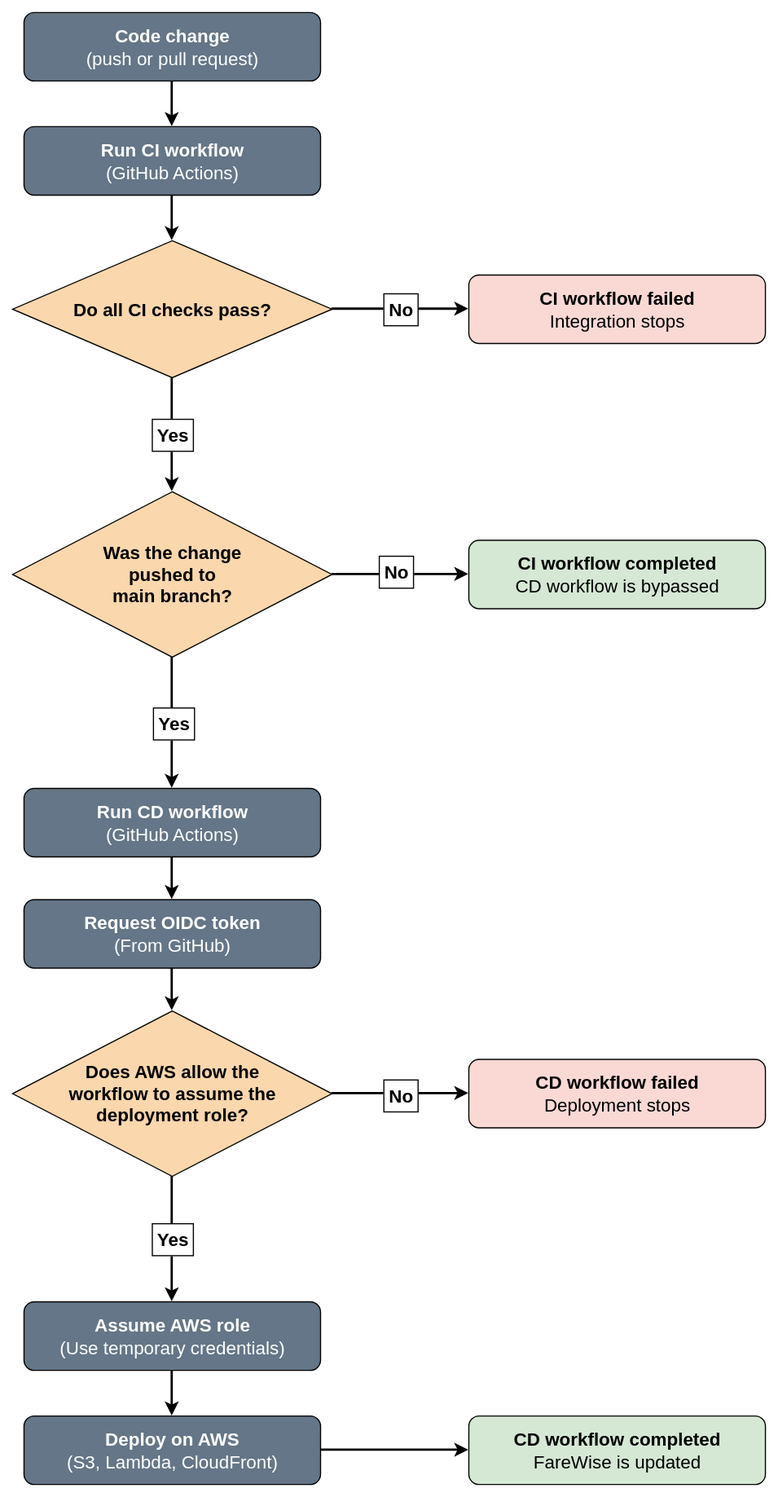
Earlier version of the draw.io export figures/farewise_cicd.svg (wahreus/farewise). Source tidied: cells renumbered, new cells last; positions are measured from the earlier drawing's top-left corner, leaving out a move shared by most shapes.
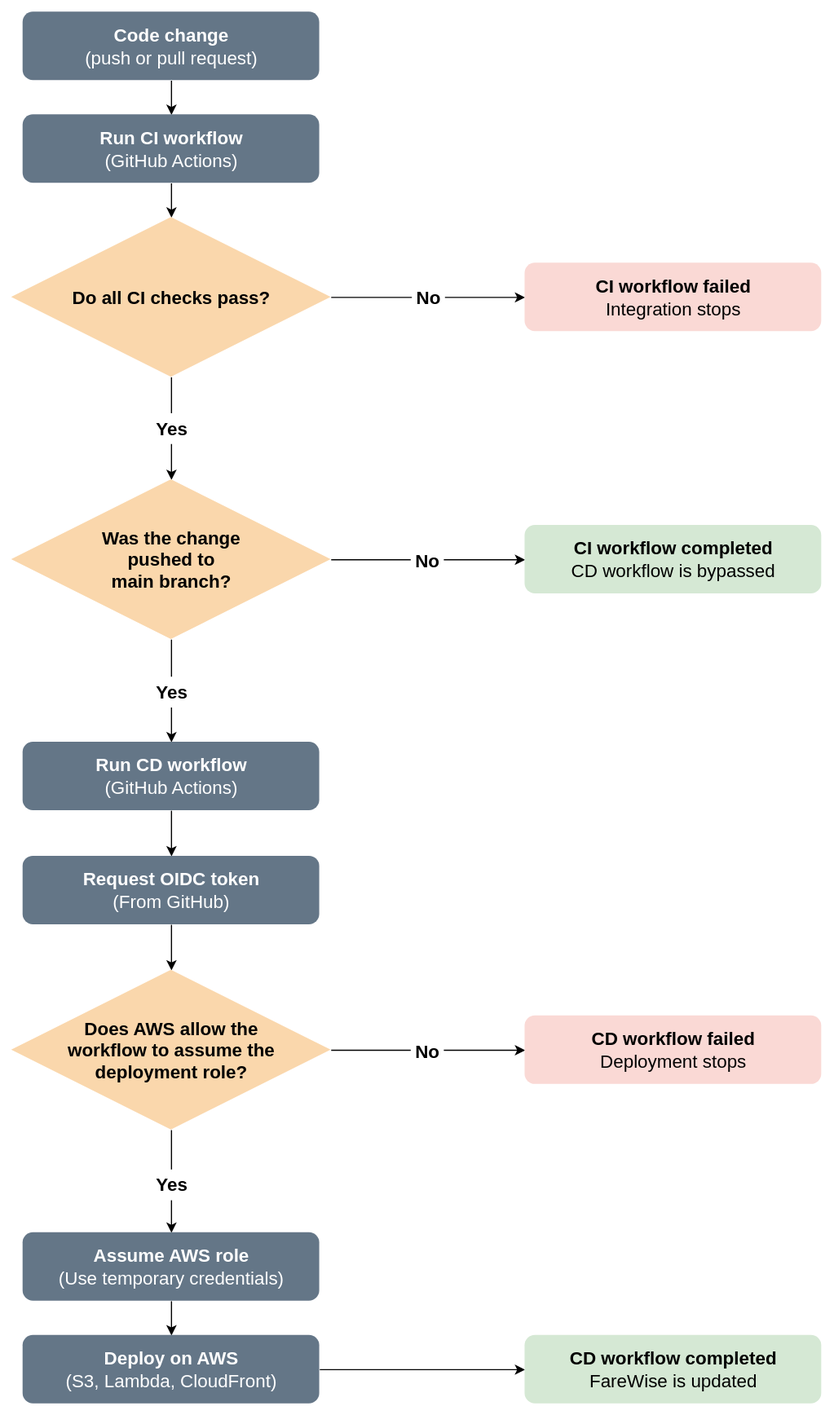
After the commit.

The edit, as a diff of the source:
```diff
@@ -2,98 +2,100 @@
   <root>
     <mxCell id="0" />
     <mxCell id="1" parent="0" />
-    <mxCell id="2" style="edgeStyle=orthogonalEdgeStyle;rounded=0;jettySize=auto;html=1;exitX=0.5;exitY=1;exitDx=0;exitDy=0;entryX=0.5;entryY=0;entryDx=0;entryDy=0;strokeWidth=2;fontSize=16;" parent="1" edge="1" source="3" target="5">
+    <mxCell id="2" style="edgeStyle=orthogonalEdgeStyle;rounded=0;jettySize=auto;html=1;exitX=0.5;exitY=1;exitDx=0;exitDy=0;entryX=0.5;entryY=0;entryDx=0;entryDy=0;strokeWidth=1;fontSize=16;" parent="1" edge="1" source="3" target="5">
       <mxGeometry relative="1" as="geometry" />
     </mxCell>
-    <mxCell id="3" value="&lt;b&gt;Code change&lt;/b&gt;&lt;br&gt;(push or pull request)" style="rounded=1;whiteSpace=wrap;html=1;strokeWidth=1;fontSize=16;align=center;verticalAlign=middle;fillColor=#647687;strokeColor=#000000;fontColor=#ffffff;" parent="1" vertex="1">
-      <mxGeometry x="10" width="260" height="60" as="geometry" />
+    <mxCell id="3" value="&lt;b&gt;Code change&lt;/b&gt;&lt;br&gt;(push or pull request)" style="rounded=1;whiteSpace=wrap;html=1;strokeWidth=1;fontSize=16;align=center;verticalAlign=middle;fillColor=#647687;strokeColor=none;fontColor=#ffffff;" parent="1" vertex="1">
+      <mxGeometry x="10" y="20" width="260" height="60" as="geometry" />
     </mxCell>
-    <mxCell id="4" style="edgeStyle=orthogonalEdgeStyle;rounded=0;jettySize=auto;html=1;exitX=0.5;exitY=1;exitDx=0;exitDy=0;entryX=0.5;entryY=0;entryDx=0;entryDy=0;strokeWidth=2;fontSize=16;" parent="1" edge="1" source="5" target="8">
+    <mxCell id="4" style="edgeStyle=orthogonalEdgeStyle;rounded=0;jettySize=auto;html=1;exitX=0.5;exitY=1;exitDx=0;exitDy=0;entryX=0.5;entryY=0;entryDx=0;entryDy=0;strokeWidth=1;fontSize=16;" parent="1" edge="1" source="5" target="8">
       <mxGeometry relative="1" as="geometry" />
     </mxCell>
-    <mxCell id="5" value="&lt;b&gt;Run CI workflow&lt;/b&gt;&lt;br&gt;(GitHub Actions)" style="rounded=1;whiteSpace=wrap;html=1;fillColor=#647687;strokeColor=#000000;strokeWidth=1;fontSize=16;align=center;verticalAlign=middle;fontColor=#ffffff;" parent="1" vertex="1">
-      <mxGeometry x="10" y="100" width="260" height="60" as="geometry" />
+    <mxCell id="5" value="&lt;b&gt;Run CI workflow&lt;/b&gt;&lt;br&gt;(GitHub Actions)" style="rounded=1;whiteSpace=wrap;html=1;fillColor=#647687;strokeColor=none;strokeWidth=1;fontSize=16;align=center;verticalAlign=middle;fontColor=#ffffff;" parent="1" vertex="1">
+      <mxGeometry x="10" y="110" width="260" height="60" as="geometry" />
     </mxCell>
-    <mxCell id="6" value="&lt;b&gt;&lt;font&gt;No&lt;/font&gt;&lt;/b&gt;" style="edgeStyle=orthogonalEdgeStyle;rounded=0;jettySize=auto;html=1;exitX=1;exitY=0.5;exitDx=0;exitDy=0;entryX=0;entryY=0.5;entryDx=0;entryDy=0;labelWidth=1;labelBorderColor=default;labelPadding=4;strokeWidth=2;fontSize=16;" parent="1" edge="1" source="8" target="9">
-      <mxGeometry relative="1" as="geometry" />
+    <mxCell id="6" value="&lt;b&gt;&lt;font&gt;No&lt;/font&gt;&lt;/b&gt;" style="edgeStyle=orthogonalEdgeStyle;rounded=0;jettySize=auto;html=1;exitX=1;exitY=0.5;exitDx=0;exitDy=0;entryX=0;entryY=0.5;entryDx=0;entryDy=0;labelWidth=1;labelBorderColor=none;labelPadding=4;strokeWidth=1;fontSize=16;" parent="1" edge="1" source="8" target="9">
+      <mxGeometry x="0.01" relative="1" as="geometry" />
     </mxCell>
-    <mxCell id="7" value="&lt;b&gt;&lt;font&gt;Yes&lt;/font&gt;&lt;/b&gt;" style="edgeStyle=orthogonalEdgeStyle;rounded=0;jettySize=auto;html=1;exitX=0.5;exitY=1;exitDx=0;exitDy=0;entryX=0.5;entryY=0;entryDx=0;entryDy=0;labelWidth=1;labelPadding=4;labelBorderColor=default;strokeWidth=2;fontSize=16;" parent="1" edge="1" source="8" target="14">
+    <mxCell id="7" value="&lt;b&gt;&lt;font&gt;Yes&lt;/font&gt;&lt;/b&gt;" style="edgeStyle=orthogonalEdgeStyle;rounded=0;jettySize=auto;html=1;exitX=0.5;exitY=1;exitDx=0;exitDy=0;entryX=0.5;entryY=0;entryDx=0;entryDy=0;labelWidth=1;labelPadding=4;labelBorderColor=none;strokeWidth=1;fontSize=16;" parent="1" edge="1" source="8" target="14">
       <mxGeometry relative="1" as="geometry" />
     </mxCell>
-    <mxCell id="8" value="&lt;b&gt;Do all CI checks pass?&lt;/b&gt;" style="shape=rhombus;perimeter=rhombusPerimeter;whiteSpace=wrap;html=1;fillColor=#fad7ac;strokeColor=#000000;strokeWidth=1;fontSize=16;align=center;verticalAlign=middle;" parent="1" vertex="1">
-      <mxGeometry y="200" width="280" height="120" as="geometry" />
+    <mxCell id="8" value="&lt;b&gt;Do all CI checks pass?&lt;/b&gt;" style="shape=rhombus;perimeter=rhombusPerimeter;whiteSpace=wrap;html=1;fillColor=#fad7ac;strokeColor=none;strokeWidth=1;fontSize=16;align=center;verticalAlign=middle;" parent="1" vertex="1">
+      <mxGeometry y="200" width="280" height="140" as="geometry" />
     </mxCell>
-    <mxCell id="9" value="&lt;b&gt;CI workflow failed&lt;/b&gt;&lt;br&gt;Integration stops" style="rounded=1;whiteSpace=wrap;html=1;fillColor=#fad9d5;strokeColor=#000000;strokeWidth=1;fontSize=16;align=center;verticalAlign=middle;" parent="1" vertex="1">
-      <mxGeometry x="400" y="230" width="260" height="60" as="geometry" />
+    <mxCell id="9" value="&lt;b&gt;CI workflow failed&lt;/b&gt;&lt;br&gt;Integration stops" style="rounded=1;whiteSpace=wrap;html=1;fillColor=#fad9d5;strokeColor=none;strokeWidth=1;fontSize=16;align=center;verticalAlign=middle;" parent="1" vertex="1">
+      <mxGeometry x="450" y="240" width="260" height="60" as="geometry" />
     </mxCell>
-    <mxCell id="10" style="edgeStyle=orthogonalEdgeStyle;rounded=0;jettySize=auto;html=1;exitX=0.5;exitY=1;exitDx=0;exitDy=0;entryX=0.5;entryY=0;entryDx=0;entryDy=0;strokeWidth=2;fontSize=16;" parent="1" edge="1" source="14" target="16">
+    <mxCell id="10" style="edgeStyle=orthogonalEdgeStyle;rounded=0;jettySize=auto;html=1;exitX=0.5;exitY=1;exitDx=0;exitDy=0;entryX=0.5;entryY=0;entryDx=0;entryDy=0;strokeWidth=1;fontSize=16;" parent="1" edge="1" source="14" target="16">
       <mxGeometry relative="1" as="geometry" />
     </mxCell>
-    <mxCell id="11" value="&lt;font&gt;&lt;b&gt;Yes&lt;/b&gt;&lt;/font&gt;" style="edgeLabel;html=1;align=center;verticalAlign=middle;labelBorderColor=default;labelWidth=1;labelPadding=4;fontSize=16;" parent="10" vertex="1">
-      <mxGeometry x="-0.01" y="1" relative="1" as="geometry" />
+    <mxCell id="11" value="&lt;font&gt;&lt;b&gt;Yes&lt;/b&gt;&lt;/font&gt;" style="edgeLabel;html=1;align=center;verticalAlign=middle;labelBorderColor=none;labelWidth=1;labelPadding=4;fontSize=16;" parent="10" vertex="1">
+      <mxGeometry x="-0.01" y="1" relative="1" as="geometry">
+        <mxPoint x="-1" as="offset" />
+      </mxGeometry>
     </mxCell>
-    <mxCell id="12" style="edgeStyle=orthogonalEdgeStyle;rounded=0;jettySize=auto;html=1;exitX=1;exitY=0.5;exitDx=0;exitDy=0;entryX=0;entryY=0.5;entryDx=0;entryDy=0;strokeWidth=2;fontSize=16;" parent="1" edge="1" source="14" target="17">
+    <mxCell id="12" style="edgeStyle=orthogonalEdgeStyle;rounded=0;jettySize=auto;html=1;exitX=1;exitY=0.5;exitDx=0;exitDy=0;entryX=0;entryY=0.5;entryDx=0;entryDy=0;strokeWidth=1;fontSize=16;" parent="1" edge="1" source="14" target="17">
       <mxGeometry relative="1" as="geometry" />
     </mxCell>
-    <mxCell id="13" value="&lt;font&gt;&lt;b&gt;No&lt;/b&gt;&lt;/font&gt;" style="edgeLabel;html=1;align=center;verticalAlign=middle;labelBorderColor=default;labelWidth=1;labelPadding=4;fontSize=16;" parent="12" vertex="1">
+    <mxCell id="13" value="&lt;font&gt;&lt;b&gt;No&lt;/b&gt;&lt;/font&gt;" style="edgeLabel;html=1;align=center;verticalAlign=middle;labelBorderColor=none;labelWidth=1;labelPadding=4;fontSize=16;" parent="12" vertex="1">
       <mxGeometry x="-0.03" y="2" relative="1" as="geometry">
-        <mxPoint y="-2" as="offset" />
+        <mxPoint x="2" y="2" as="offset" />
       </mxGeometry>
     </mxCell>
-    <mxCell id="14" value="&lt;b&gt;Was the change&lt;/b&gt;&lt;div&gt;&lt;b&gt;pushed&amp;nbsp;&lt;/b&gt;&lt;b style=&quot;background-color: transparent; color: light-dark(rgb(0, 0, 0), rgb(255, 255, 255));&quot;&gt;to&lt;/b&gt;&lt;/div&gt;&lt;div&gt;&lt;b style=&quot;background-color: transparent; color: light-dark(rgb(0, 0, 0), rgb(255, 255, 255));&quot;&gt;main branch?&lt;/b&gt;&lt;/div&gt;" style="shape=rhombus;perimeter=rhombusPerimeter;whiteSpace=wrap;html=1;fillColor=#fad7ac;strokeColor=#000000;strokeWidth=1;fontSize=16;align=center;verticalAlign=middle;" parent="1" vertex="1">
-      <mxGeometry y="420" width="280" height="145" as="geometry" />
+    <mxCell id="14" value="&lt;b&gt;Was the change&lt;/b&gt;&lt;div&gt;&lt;b&gt;pushed&amp;nbsp;&lt;/b&gt;&lt;b style=&quot;background-color: transparent; color: light-dark(rgb(0, 0, 0), rgb(255, 255, 255));&quot;&gt;to&lt;/b&gt;&lt;/div&gt;&lt;div&gt;&lt;b style=&quot;background-color: transparent; color: light-dark(rgb(0, 0, 0), rgb(255, 255, 255));&quot;&gt;main branch?&lt;/b&gt;&lt;/div&gt;" style="shape=rhombus;perimeter=rhombusPerimeter;whiteSpace=wrap;html=1;fillColor=#fad7ac;strokeColor=none;strokeWidth=1;fontSize=16;align=center;verticalAlign=middle;" parent="1" vertex="1">
+      <mxGeometry y="430" width="280" height="140" as="geometry" />
     </mxCell>
-    <mxCell id="15" style="edgeStyle=orthogonalEdgeStyle;rounded=0;jettySize=auto;html=1;exitX=0.5;exitY=1;exitDx=0;exitDy=0;entryX=0.5;entryY=0;entryDx=0;entryDy=0;strokeWidth=2;fontSize=16;" parent="1" edge="1" source="16" target="19">
+    <mxCell id="15" style="edgeStyle=orthogonalEdgeStyle;rounded=0;jettySize=auto;html=1;exitX=0.5;exitY=1;exitDx=0;exitDy=0;entryX=0.5;entryY=0;entryDx=0;entryDy=0;strokeWidth=1;fontSize=16;" parent="1" edge="1" source="16" target="19">
       <mxGeometry relative="1" as="geometry" />
     </mxCell>
-    <mxCell id="16" value="&lt;b&gt;Run CD workflow&lt;/b&gt;&lt;br&gt;(GitHub Actions)" style="rounded=1;whiteSpace=wrap;html=1;fillColor=#647687;strokeColor=#000000;strokeWidth=1;fontSize=16;align=center;verticalAlign=middle;fontColor=#ffffff;" parent="1" vertex="1">
-      <mxGeometry x="10" y="680" width="260" height="60" as="geometry" />
+    <mxCell id="16" value="&lt;b&gt;Run CD workflow&lt;/b&gt;&lt;br&gt;(GitHub Actions)" style="rounded=1;whiteSpace=wrap;html=1;fillColor=#647687;strokeColor=none;strokeWidth=1;fontSize=16;align=center;verticalAlign=middle;fontColor=#ffffff;" parent="1" vertex="1">
+      <mxGeometry x="10" y="660" width="260" height="60" as="geometry" />
     </mxCell>
-    <mxCell id="17" value="&lt;b&gt;CI workflow completed&lt;/b&gt;&lt;br&gt;CD workflow is bypassed" style="rounded=1;whiteSpace=wrap;html=1;strokeWidth=1;fontSize=16;align=center;verticalAlign=middle;fillColor=#d5e8d4;strokeColor=#000000;" parent="1" vertex="1">
-      <mxGeometry x="400" y="462.5" width="260" height="60" as="geometry" />
+    <mxCell id="17" value="&lt;b&gt;CI workflow completed&lt;/b&gt;&lt;br&gt;CD workflow is bypassed" style="rounded=1;whiteSpace=wrap;html=1;strokeWidth=1;fontSize=16;align=center;verticalAlign=middle;fillColor=#d5e8d4;strokeColor=none;" parent="1" vertex="1">
+      <mxGeometry x="450" y="470" width="260" height="60" as="geometry" />
     </mxCell>
-    <mxCell id="18" style="edgeStyle=orthogonalEdgeStyle;rounded=0;jettySize=auto;html=1;exitX=0.5;exitY=1;exitDx=0;exitDy=0;entryX=0.5;entryY=0;entryDx=0;entryDy=0;strokeWidth=2;fontSize=16;" parent="1" edge="1" source="19" target="24">
+    <mxCell id="18" style="edgeStyle=orthogonalEdgeStyle;rounded=0;jettySize=auto;html=1;exitX=0.5;exitY=1;exitDx=0;exitDy=0;entryX=0.5;entryY=0;entryDx=0;entryDy=0;strokeWidth=1;fontSize=16;" parent="1" edge="1" source="19" target="24">
       <mxGeometry relative="1" as="geometry" />
     </mxCell>
-    <mxCell id="19" value="&lt;b&gt;Request OIDC token&lt;/b&gt;&lt;br&gt;(From GitHub)" style="rounded=1;whiteSpace=wrap;html=1;fillColor=#647687;strokeColor=#000000;strokeWidth=1;fontSize=16;align=center;verticalAlign=middle;fontColor=#ffffff;" parent="1" vertex="1">
-      <mxGeometry x="10" y="777.5" width="260" height="60" as="geometry" />
+    <mxCell id="19" value="&lt;b&gt;Request OIDC token&lt;/b&gt;&lt;br&gt;(From GitHub)" style="rounded=1;whiteSpace=wrap;html=1;fillColor=#647687;strokeColor=none;strokeWidth=1;fontSize=16;align=center;verticalAlign=middle;fontColor=#ffffff;" parent="1" vertex="1">
+      <mxGeometry x="10" y="760" width="260" height="60" as="geometry" />
     </mxCell>
-    <mxCell id="20" style="edgeStyle=orthogonalEdgeStyle;rounded=0;jettySize=auto;html=1;exitX=1;exitY=0.5;exitDx=0;exitDy=0;entryX=0;entryY=0.5;entryDx=0;entryDy=0;strokeWidth=2;fontSize=16;" parent="1" edge="1" source="24" target="25">
+    <mxCell id="20" style="edgeStyle=orthogonalEdgeStyle;rounded=0;jettySize=auto;html=1;exitX=1;exitY=0.5;exitDx=0;exitDy=0;entryX=0;entryY=0.5;entryDx=0;entryDy=0;strokeWidth=1;fontSize=16;" parent="1" edge="1" source="24" target="25">
       <mxGeometry relative="1" as="geometry" />
     </mxCell>
-    <mxCell id="21" value="&lt;font&gt;&lt;b&gt;No&lt;/b&gt;&lt;/font&gt;" style="edgeLabel;html=1;align=center;verticalAlign=middle;labelWidth=1;labelPadding=4;labelBorderColor=default;fontSize=16;" parent="20" vertex="1">
+    <mxCell id="21" value="&lt;font&gt;&lt;b&gt;No&lt;/b&gt;&lt;/font&gt;" style="edgeLabel;html=1;align=center;verticalAlign=middle;labelWidth=1;labelPadding=4;labelBorderColor=none;fontSize=16;" parent="20" vertex="1">
       <mxGeometry x="-0.28" y="1" relative="1" as="geometry">
-        <mxPoint x="17" y="1" as="offset" />
+        <mxPoint x="24" y="1" as="offset" />
       </mxGeometry>
     </mxCell>
-    <mxCell id="22" style="edgeStyle=orthogonalEdgeStyle;rounded=0;jettySize=auto;html=1;exitX=0.5;exitY=1;exitDx=0;exitDy=0;entryX=0.5;entryY=0;entryDx=0;entryDy=0;strokeWidth=2;fontSize=16;" parent="1" edge="1" source="24" target="27">
+    <mxCell id="22" style="edgeStyle=orthogonalEdgeStyle;rounded=0;jettySize=auto;html=1;exitX=0.5;exitY=1;exitDx=0;exitDy=0;entryX=0.5;entryY=0;entryDx=0;entryDy=0;strokeWidth=1;fontSize=16;" parent="1" edge="1" source="24" target="27">
       <mxGeometry relative="1" as="geometry" />
     </mxCell>
-    <mxCell id="23" value="&lt;b&gt;&lt;font&gt;Yes&lt;/font&gt;&lt;/b&gt;" style="edgeLabel;html=1;align=center;verticalAlign=middle;labelBorderColor=default;labelWidth=1;labelPadding=4;fontSize=16;" parent="22" vertex="1">
+    <mxCell id="23" value="&lt;b&gt;&lt;font&gt;Yes&lt;/font&gt;&lt;/b&gt;" style="edgeLabel;html=1;align=center;verticalAlign=middle;labelBorderColor=none;labelWidth=1;labelPadding=4;fontSize=16;" parent="22" vertex="1">
       <mxGeometry x="-0.08" y="2" relative="1" as="geometry">
         <mxPoint x="-2" y="4" as="offset" />
       </mxGeometry>
     </mxCell>
-    <mxCell id="24" value="&lt;b&gt;Does AWS allow the&lt;/b&gt;&lt;div&gt;&lt;b&gt;workflow to assume the&lt;/b&gt;&lt;/div&gt;&lt;div&gt;&lt;b&gt;deployment role?&lt;/b&gt;&lt;/div&gt;" style="shape=rhombus;perimeter=rhombusPerimeter;whiteSpace=wrap;html=1;fillColor=#fad7ac;strokeColor=#000000;strokeWidth=1;fontSize=16;align=center;verticalAlign=middle;" parent="1" vertex="1">
-      <mxGeometry y="875" width="280" height="145" as="geometry" />
+    <mxCell id="24" value="&lt;b&gt;Does AWS allow the&lt;/b&gt;&lt;div&gt;&lt;b&gt;workflow to assume the&lt;/b&gt;&lt;/div&gt;&lt;div&gt;&lt;b&gt;deployment role?&lt;/b&gt;&lt;/div&gt;" style="shape=rhombus;perimeter=rhombusPerimeter;whiteSpace=wrap;html=1;fillColor=#fad7ac;strokeColor=none;strokeWidth=1;fontSize=16;align=center;verticalAlign=middle;" parent="1" vertex="1">
+      <mxGeometry y="860" width="280" height="140" as="geometry" />
     </mxCell>
-    <mxCell id="25" value="&lt;b&gt;CD workflow failed&lt;/b&gt;&lt;br&gt;Deployment stops" style="rounded=1;whiteSpace=wrap;html=1;fillColor=#fad9d5;strokeColor=#000000;strokeWidth=1;fontSize=16;align=center;verticalAlign=middle;" parent="1" vertex="1">
-      <mxGeometry x="400" y="917.5" width="260" height="60" as="geometry" />
+    <mxCell id="25" value="&lt;b&gt;CD workflow failed&lt;/b&gt;&lt;br&gt;Deployment stops" style="rounded=1;whiteSpace=wrap;html=1;fillColor=#fad9d5;strokeColor=none;strokeWidth=1;fontSize=16;align=center;verticalAlign=middle;" parent="1" vertex="1">
+      <mxGeometry x="450" y="900" width="260" height="60" as="geometry" />
     </mxCell>
-    <mxCell id="26" style="edgeStyle=orthogonalEdgeStyle;rounded=0;jettySize=auto;html=1;exitX=0.5;exitY=1;exitDx=0;exitDy=0;entryX=0.5;entryY=0;entryDx=0;entryDy=0;strokeWidth=2;fontSize=16;" parent="1" edge="1" source="27" target="29">
+    <mxCell id="26" style="edgeStyle=orthogonalEdgeStyle;rounded=0;jettySize=auto;html=1;exitX=0.5;exitY=1;exitDx=0;exitDy=0;entryX=0.5;entryY=0;entryDx=0;entryDy=0;strokeWidth=1;fontSize=16;" parent="1" edge="1" source="27" target="29">
       <mxGeometry relative="1" as="geometry" />
     </mxCell>
-    <mxCell id="27" value="&lt;b&gt;Assume AWS role&lt;/b&gt;&lt;div&gt;(Use temporary credentials)&lt;/div&gt;" style="rounded=1;whiteSpace=wrap;html=1;fillColor=#647687;strokeColor=#000000;strokeWidth=1;fontSize=16;align=center;verticalAlign=middle;fontColor=#ffffff;" parent="1" vertex="1">
-      <mxGeometry x="10" y="1130" width="260" height="60" as="geometry" />
+    <mxCell id="27" value="&lt;b&gt;Assume AWS role&lt;/b&gt;&lt;div&gt;(Use temporary credentials)&lt;/div&gt;" style="rounded=1;whiteSpace=wrap;html=1;fillColor=#647687;strokeColor=none;strokeWidth=1;fontSize=16;align=center;verticalAlign=middle;fontColor=#ffffff;" parent="1" vertex="1">
+      <mxGeometry x="10" y="1090" width="260" height="60" as="geometry" />
     </mxCell>
-    <mxCell id="28" style="edgeStyle=orthogonalEdgeStyle;rounded=0;jettySize=auto;html=1;exitX=1;exitY=0.5;exitDx=0;exitDy=0;entryX=0;entryY=0.5;entryDx=0;entryDy=0;strokeWidth=2;" parent="1" edge="1" source="29" target="30">
+    <mxCell id="28" style="edgeStyle=orthogonalEdgeStyle;rounded=0;jettySize=auto;html=1;exitX=1;exitY=0.5;exitDx=0;exitDy=0;entryX=0;entryY=0.5;entryDx=0;entryDy=0;strokeWidth=1;" parent="1" edge="1" source="29" target="30">
       <mxGeometry relative="1" as="geometry" />
     </mxCell>
-    <mxCell id="29" value="&lt;b&gt;Deploy on AWS&lt;/b&gt;&lt;br&gt;(S3, Lambda, CloudFront)" style="rounded=1;whiteSpace=wrap;html=1;fillColor=#647687;strokeColor=#000000;strokeWidth=1;fontSize=16;align=center;verticalAlign=middle;fontColor=#ffffff;" parent="1" vertex="1">
-      <mxGeometry x="10" y="1230" width="260" height="60" as="geometry" />
+    <mxCell id="29" value="&lt;b&gt;Deploy on AWS&lt;/b&gt;&lt;br&gt;(S3, Lambda, CloudFront)" style="rounded=1;whiteSpace=wrap;html=1;fillColor=#647687;strokeColor=none;strokeWidth=1;fontSize=16;align=center;verticalAlign=middle;fontColor=#ffffff;" parent="1" vertex="1">
+      <mxGeometry x="10" y="1180" width="260" height="60" as="geometry" />
     </mxCell>
-    <mxCell id="30" value="&lt;b&gt;CD workflow completed&lt;/b&gt;&lt;br&gt;FareWise is updated" style="rounded=1;whiteSpace=wrap;html=1;strokeWidth=1;fontSize=16;align=center;verticalAlign=middle;fillColor=#d5e8d4;strokeColor=#000000;" parent="1" vertex="1">
-      <mxGeometry x="400" y="1230" width="260" height="60" as="geometry" />
+    <mxCell id="30" value="&lt;b&gt;CD workflow completed&lt;/b&gt;&lt;br&gt;FareWise is updated" style="rounded=1;whiteSpace=wrap;html=1;strokeWidth=1;fontSize=16;align=center;verticalAlign=middle;fillColor=#d5e8d4;strokeColor=none;" parent="1" vertex="1">
+      <mxGeometry x="450" y="1180" width="260" height="60" as="geometry" />
     </mxCell>
   </root>
 </mxGraphModel>
```
